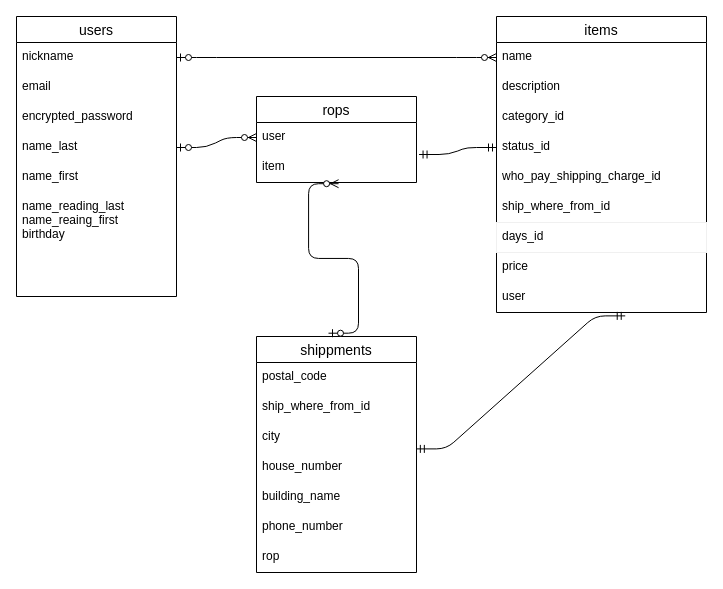
Earlier version of the draw.io diagram furima_er.dio (rureo/furima-34969). Source tidied: cells renumbered, new cells numbered last; positions are measured from the earlier drawing's top-left corner, leaving out a move shared by most shapes. Both pictures are drawn from the tidied source at 100%, with x=0, y=0 at pixel (16, 16).
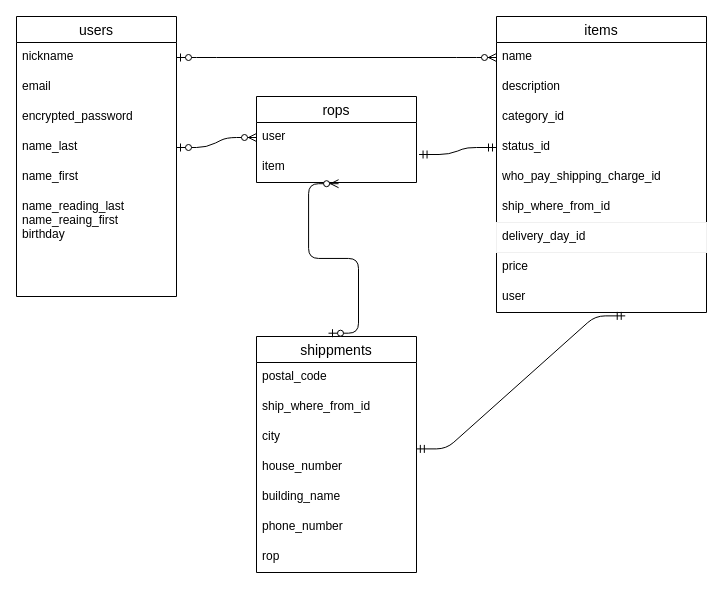
Above is the later version.

Commit message (it also covers changes not shown here):
データベース　修正

Unchanged cells that the change refers to:
```xml
<mxCell id="9" value="items" style="swimlane;fontStyle=0;horizontal=1;startSize=26;align=center;fontSize=14;" parent="1" vertex="1">
  <mxGeometry x="480" width="210" height="296" as="geometry" />
</mxCell>
```

Diff of the diagram source:
```diff
@@
-    <mxCell id="16" value="days_id" style="text;fillColor=none;spacingLeft=4;spacingRight=4;overflow=hidden;fontSize=12;strokeColor=#f0f0f0;align=left;" parent="9" vertex="1">
+    <mxCell id="16" value="delivery_day_id" style="text;fillColor=none;spacingLeft=4;spacingRight=4;overflow=hidden;fontSize=12;strokeColor=#f0f0f0;align=left;" parent="9" vertex="1">
       <mxGeometry y="206" width="210" height="30" as="geometry" />
     </mxCell>
```
